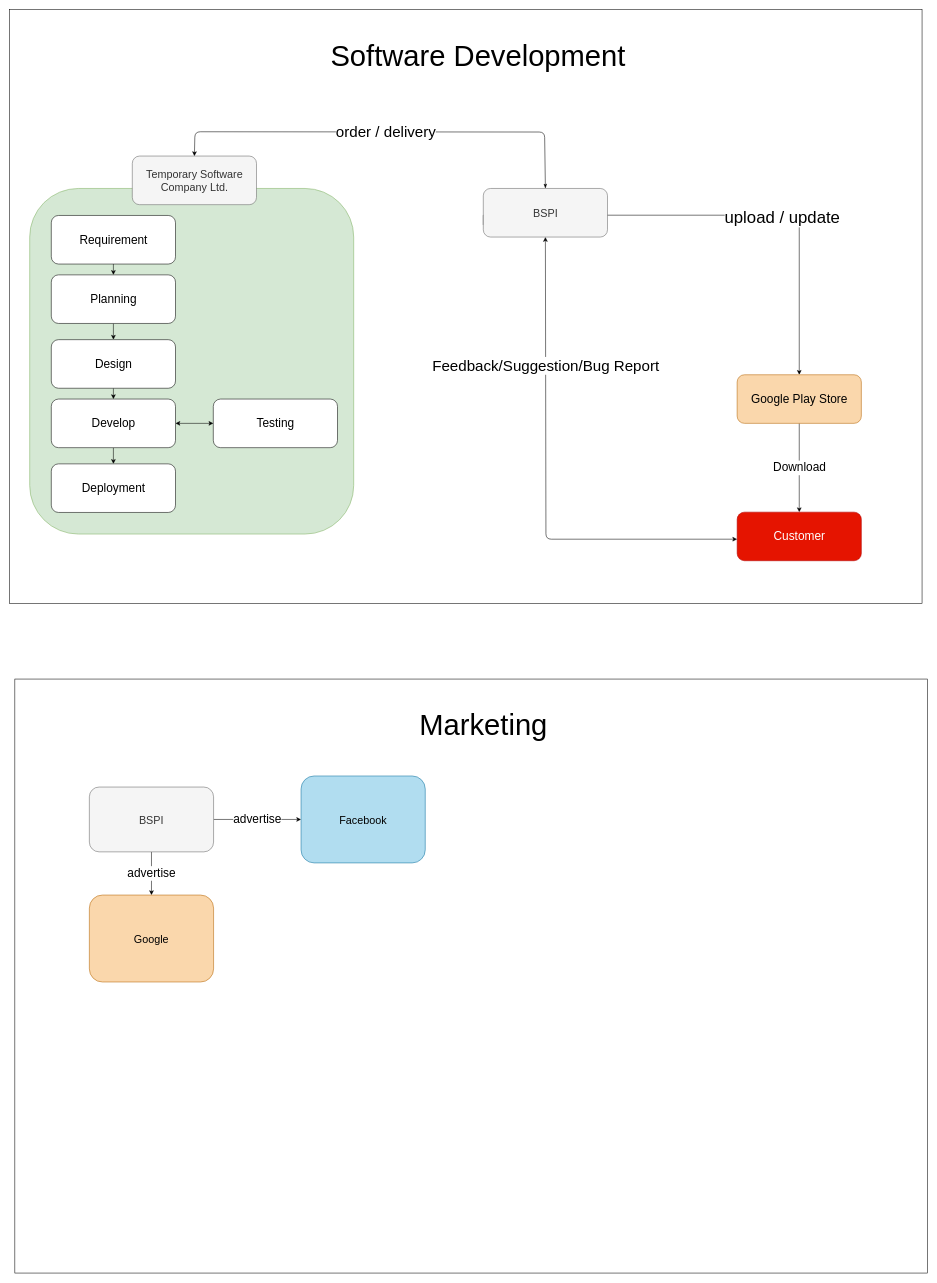
Earlier version of the draw.io diagram BSPI.drawio (jamilxt/android_workshop_bspi). Source tidied: cells renumbered, new cells numbered last; positions are measured from the earlier drawing's top-left corner, leaving out a move shared by most shapes. Both pictures are drawn from the tidied source at 54%, with x=0, y=0 at pixel (9, 9).
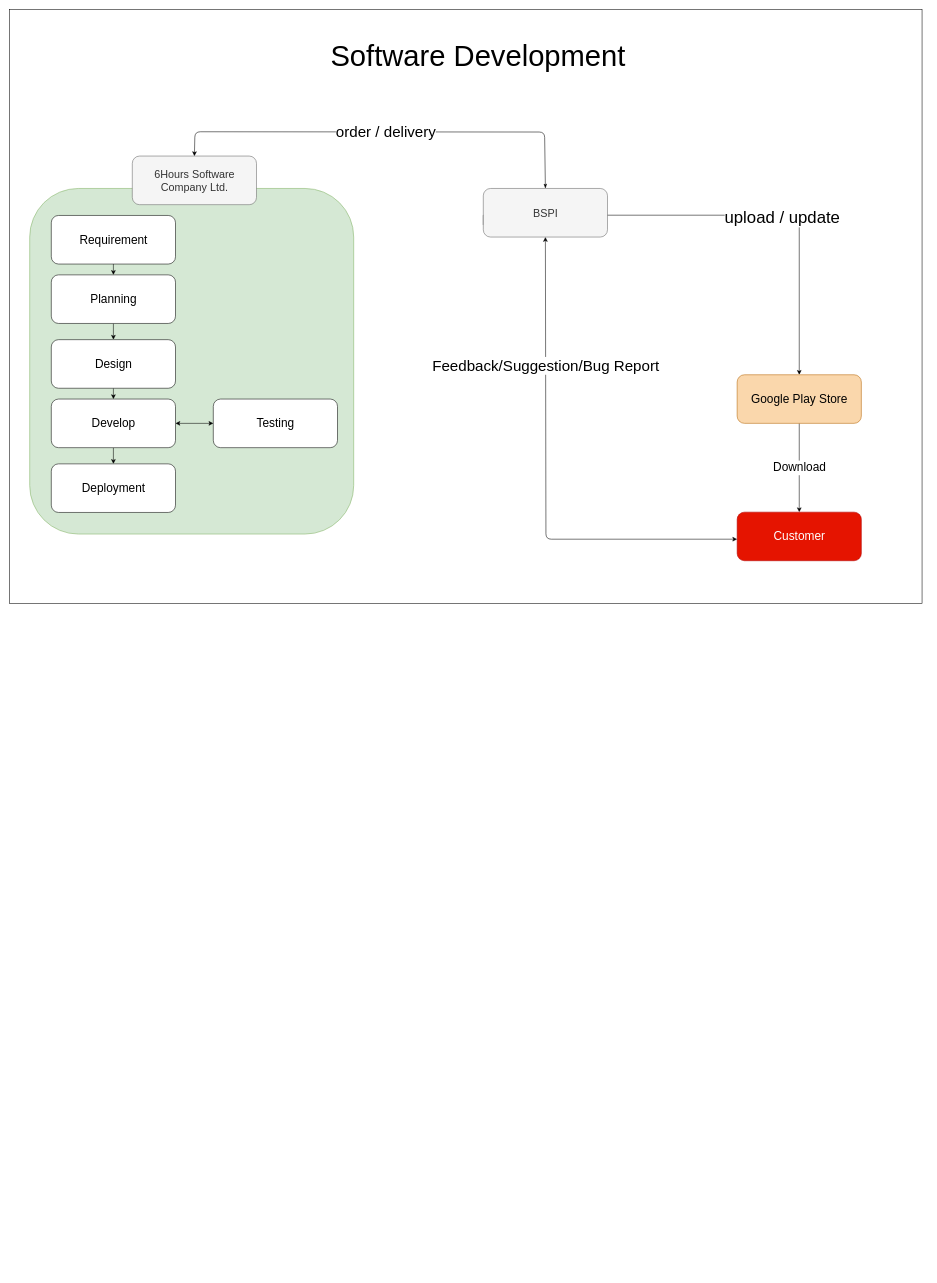
After the change.

The edit, as a diff of the source:
```diff
@@
-    <mxCell id="5" value="Temporary Software Company Ltd." style="rounded=1;whiteSpace=wrap;html=1;fontSize=20;fillColor=#f5f5f5;strokeColor=#666666;fontColor=#333333;" parent="1" vertex="1">
+    <mxCell id="5" value="6Hours Software Company Ltd." style="rounded=1;whiteSpace=wrap;html=1;fontSize=20;fillColor=#f5f5f5;strokeColor=#666666;fontColor=#333333;" parent="1" vertex="1">
       <mxGeometry x="227.5" y="271.5" width="230" height="90" as="geometry" />
     </mxCell>
@@
-    <mxCell id="24" style="rounded=0;whiteSpace=wrap;html=1;fontSize=54;" parent="1" vertex="1">
-      <mxGeometry x="10" y="1240" width="1690" height="1100" as="geometry" />
-    </mxCell>
-    <mxCell id="25" value="Marketing" style="text;html=1;strokeColor=none;fillColor=none;align=center;verticalAlign=middle;whiteSpace=wrap;rounded=0;fontSize=54;fontStyle=0;" parent="1" vertex="1">
-      <mxGeometry x="467.5" y="1251" width="820" height="150" as="geometry" />
-    </mxCell>
-    <mxCell id="26" value="advertise" style="edgeStyle=orthogonalEdgeStyle;rounded=0;jettySize=auto;html=1;startArrow=none;startFill=0;fontSize=22;" parent="1" edge="1" source="28" target="30">
-      <mxGeometry relative="1" as="geometry" />
-    </mxCell>
-    <mxCell id="27" value="advertise" style="edgeStyle=orthogonalEdgeStyle;rounded=0;jettySize=auto;html=1;startArrow=none;startFill=0;fontSize=22;" parent="1" edge="1" source="28" target="29">
-      <mxGeometry relative="1" as="geometry" />
-    </mxCell>
-    <mxCell id="28" value="BSPI" style="rounded=1;whiteSpace=wrap;html=1;fontSize=20;fillColor=#f5f5f5;strokeColor=#666666;fontColor=#333333;" parent="1" vertex="1">
-      <mxGeometry x="148" y="1440" width="230" height="120" as="geometry" />
-    </mxCell>
-    <mxCell id="29" value="Facebook" style="rounded=1;whiteSpace=wrap;html=1;fontSize=20;fillColor=#b1ddf0;strokeColor=#10739e;" parent="1" vertex="1">
-      <mxGeometry x="540" y="1419.5" width="230" height="161" as="geometry" />
-    </mxCell>
-    <mxCell id="30" value="Google" style="rounded=1;whiteSpace=wrap;html=1;fontSize=20;fillColor=#fad7ac;strokeColor=#b46504;" parent="1" vertex="1">
-      <mxGeometry x="148" y="1640" width="230" height="161" as="geometry" />
-    </mxCell>
```
